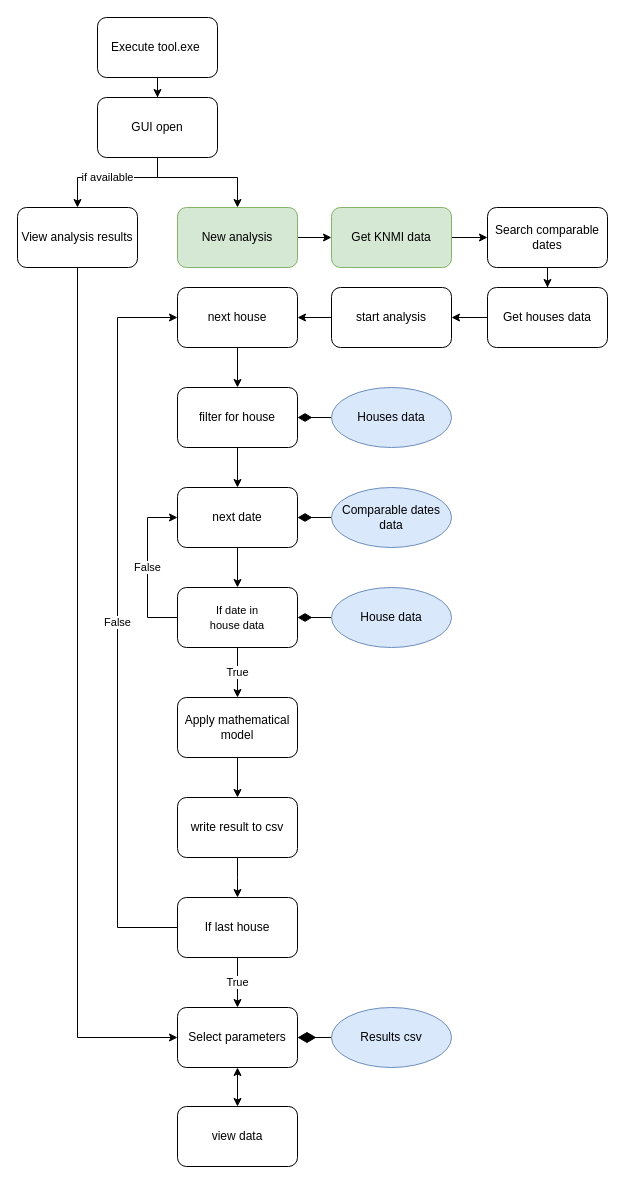
Above: tool flowchart.drawio in Luko-14/tool (draw.io), before the change. Source tidied: cells renumbered, new cells numbered last; positions are measured from the earlier drawing's top-left corner, leaving out a move shared by most shapes. Both pictures are drawn from the tidied source at 100%, with x=0, y=0 at pixel (17, 17).
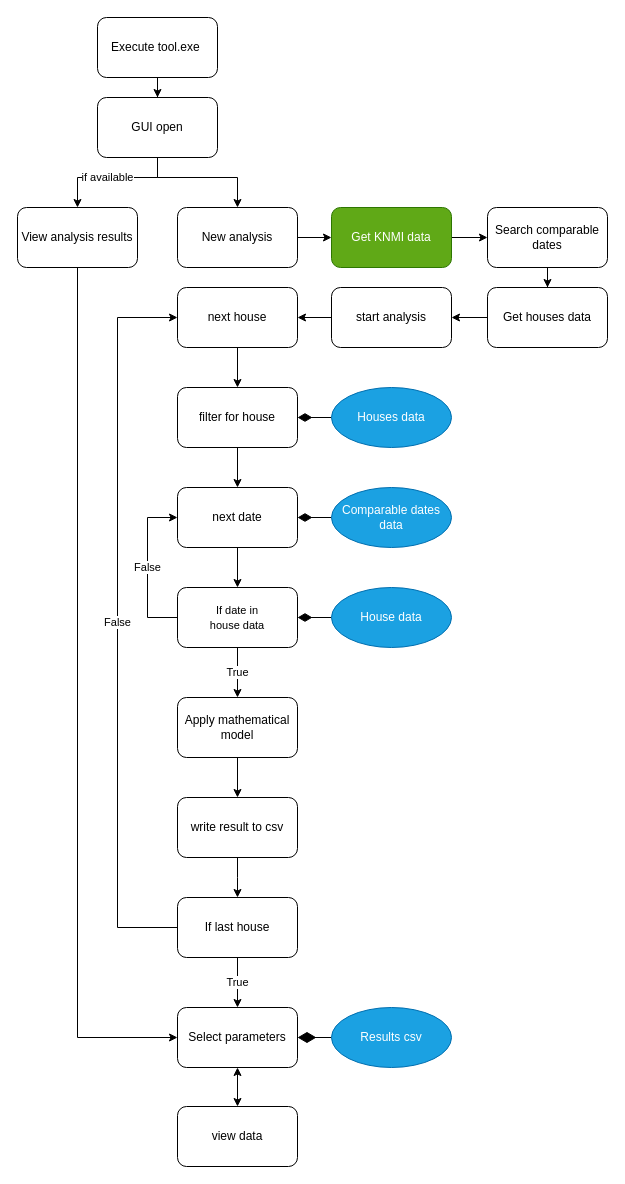
The same page after the edit.

The edit, as a diff of the source:
```diff
@@
-    <mxCell id="9" value="Get KNMI data" style="whiteSpace=wrap;html=1;rounded=1;fillColor=#d5e8d4;strokeColor=#82b366;" parent="1" vertex="1">
+    <mxCell id="9" value="Get KNMI data" style="whiteSpace=wrap;html=1;rounded=1;fillColor=#60a917;strokeColor=#2D7600;fontColor=#ffffff;" parent="1" vertex="1">
       <mxGeometry x="314" y="190" width="120" height="60" as="geometry" />
     </mxCell>
@@
-    <mxCell id="15" value="New analysis" style="rounded=1;whiteSpace=wrap;html=1;fillColor=#d5e8d4;strokeColor=#82b366;" parent="1" vertex="1">
+    <mxCell id="15" value="New analysis" style="rounded=1;whiteSpace=wrap;html=1;" parent="1" vertex="1">
       <mxGeometry x="160" y="190" width="120" height="60" as="geometry" />
     </mxCell>
@@
-    <mxCell id="28" value="Comparable dates data" style="ellipse;whiteSpace=wrap;html=1;fillColor=#dae8fc;strokeColor=#6c8ebf;" parent="1" vertex="1">
+    <mxCell id="28" value="Comparable dates data" style="ellipse;whiteSpace=wrap;html=1;fillColor=#1ba1e2;strokeColor=#006EAF;fontColor=#ffffff;" parent="1" vertex="1">
       <mxGeometry x="314" y="470" width="120" height="60" as="geometry" />
     </mxCell>
@@
-    <mxCell id="32" value="Houses data" style="ellipse;whiteSpace=wrap;html=1;fillColor=#dae8fc;strokeColor=#6c8ebf;" parent="1" vertex="1">
+    <mxCell id="32" value="Houses data" style="ellipse;whiteSpace=wrap;html=1;fillColor=#1ba1e2;strokeColor=#006EAF;fontColor=#ffffff;" parent="1" vertex="1">
       <mxGeometry x="314" y="370" width="120" height="60" as="geometry" />
     </mxCell>
@@
-    <mxCell id="37" value="&lt;span style=&quot;font-size: 11px ; background-color: rgb(255 , 255 , 255)&quot;&gt;If date in&lt;/span&gt;&lt;br style=&quot;font-size: 11px&quot;&gt;&lt;span style=&quot;font-size: 11px ; background-color: rgb(255 , 255 , 255)&quot;&gt;house data&lt;/span&gt;" style="whiteSpace=wrap;html=1;rounded=1;" parent="1" vertex="1">
+    <mxCell id="37" value="&lt;span style=&quot;font-size: 11px&quot;&gt;If date in&lt;/span&gt;&lt;br style=&quot;font-size: 11px&quot;&gt;&lt;span style=&quot;font-size: 11px&quot;&gt;house data&lt;/span&gt;" style="whiteSpace=wrap;html=1;rounded=1;" parent="1" vertex="1">
       <mxGeometry x="160" y="570" width="120" height="60" as="geometry" />
     </mxCell>
@@
-    <mxCell id="39" value="House data" style="ellipse;whiteSpace=wrap;html=1;fillColor=#dae8fc;strokeColor=#6c8ebf;" parent="1" vertex="1">
+    <mxCell id="39" value="House data" style="ellipse;whiteSpace=wrap;html=1;fillColor=#1ba1e2;strokeColor=#006EAF;fontColor=#ffffff;" parent="1" vertex="1">
       <mxGeometry x="314" y="570" width="120" height="60" as="geometry" />
     </mxCell>
@@
-    <mxCell id="45" value="Results csv" style="ellipse;whiteSpace=wrap;html=1;fillColor=#dae8fc;strokeColor=#6c8ebf;" parent="1" vertex="1">
+    <mxCell id="45" value="Results csv" style="ellipse;whiteSpace=wrap;html=1;fillColor=#1ba1e2;strokeColor=#006EAF;fontColor=#ffffff;" parent="1" vertex="1">
       <mxGeometry x="314" y="990" width="120" height="60" as="geometry" />
     </mxCell>
```
